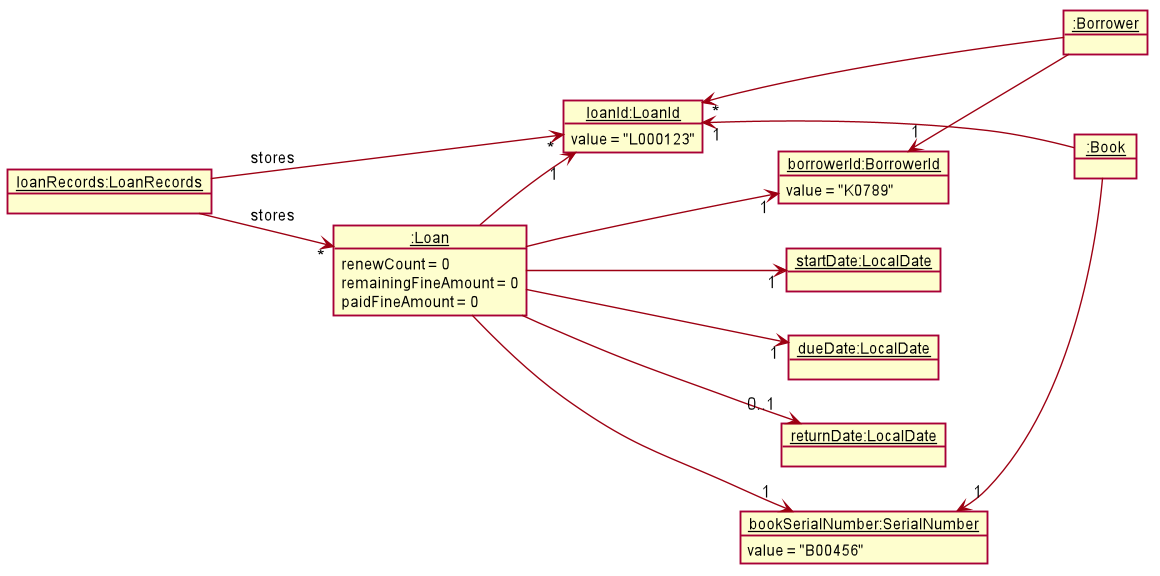
nus-cs2103-AY1920S1/addressbook-level3 keeps this PlantUML diagram as docs/images/LoanObjectDiagram.png. Above is the earlier version.
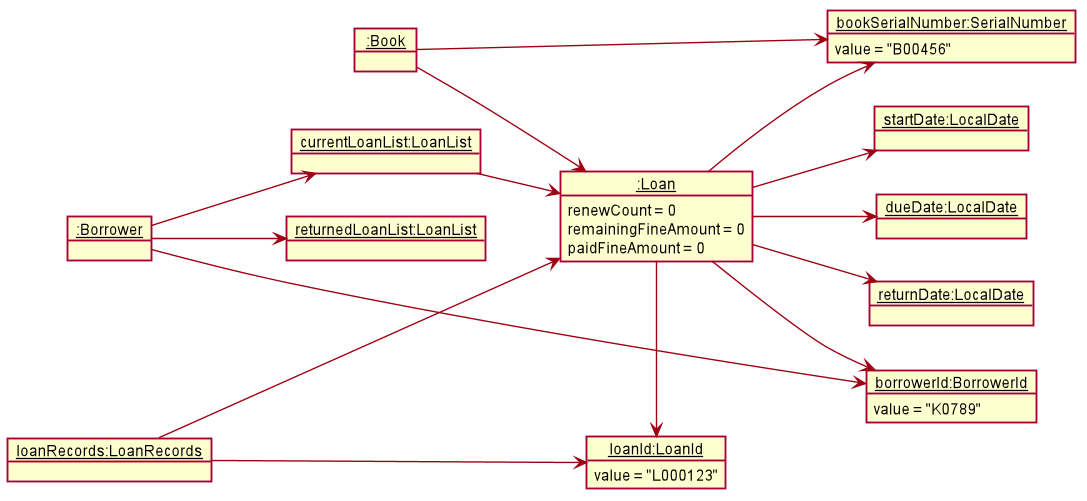
The same diagram one commit later.

Diff of the diagram source:
```diff
@@ -74,18 +74,23 @@
 object "__returnDate:LocalDate__" as returnDate
 object "__:Book__" as Book
 object "__:Borrower__" as Borrower
+object "__currentLoanList:LoanList__" as currentLoanList
+object "__returnedLoanList:LoanList__" as returnedLoanList
 
-LoanRecords -->"*" Loan : stores
-LoanRecords -->"*" LoanId : stores
-Book -left->"1" LoanId
-Book -up->"1" SerialNumber
-Borrower -left->"*" LoanId
-Borrower -up->"1" BorrowerId
-Loan ->"1" LoanId
-Loan -->"1" SerialNumber
-Loan -->"1" BorrowerId
-Loan -->"1" startDate
-Loan -->"1" dueDate
-Loan -->"0..1" returnDate
+LoanRecords --> Loan
+LoanRecords ---> LoanId
+Book --> Loan
+Book --> SerialNumber
+Borrower --> currentLoanList
+Borrower --> returnedLoanList
+currentLoanList --> Loan
+returnedLoanList -[hidden]-> Loan
+Borrower --> BorrowerId
+Loan -> LoanId
+Loan --> SerialNumber
+Loan --> BorrowerId
+Loan --> startDate
+Loan --> dueDate
+Loan --> returnDate
 
 @enduml
```
